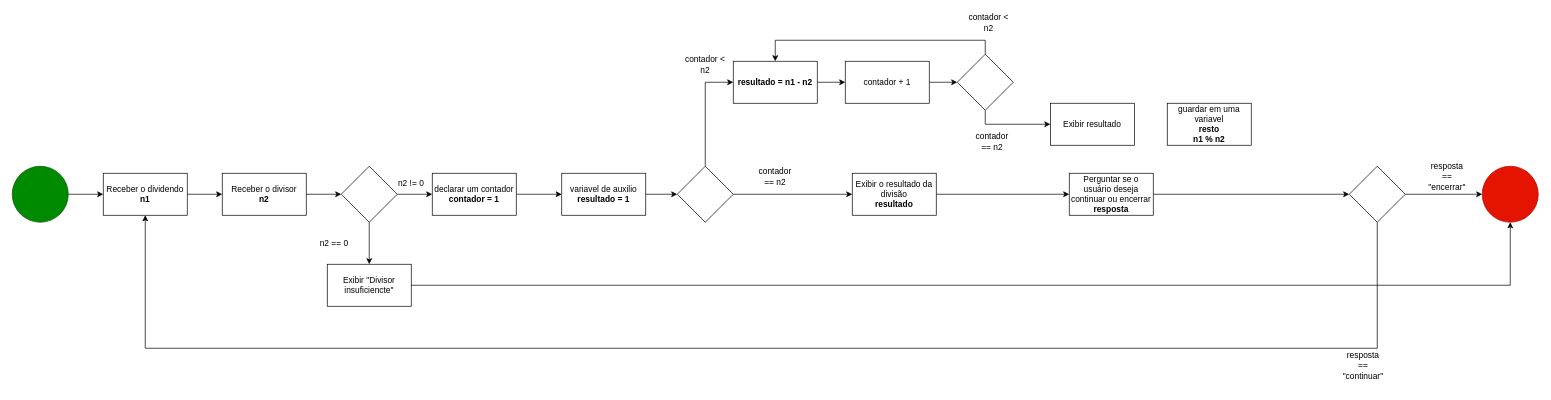
This is page "Page-11" (11 of 11) of algoritmo/Untitled Diagram.drawio from davi-chagas/sptech, a draw.io file, before an edit. Source tidied: cells renumbered, new cells numbered last; positions are measured from the earlier drawing's top-left corner, leaving out a move shared by most shapes. Both pictures are drawn from the tidied source at 70%, with x=0, y=0 at pixel (12, 12).
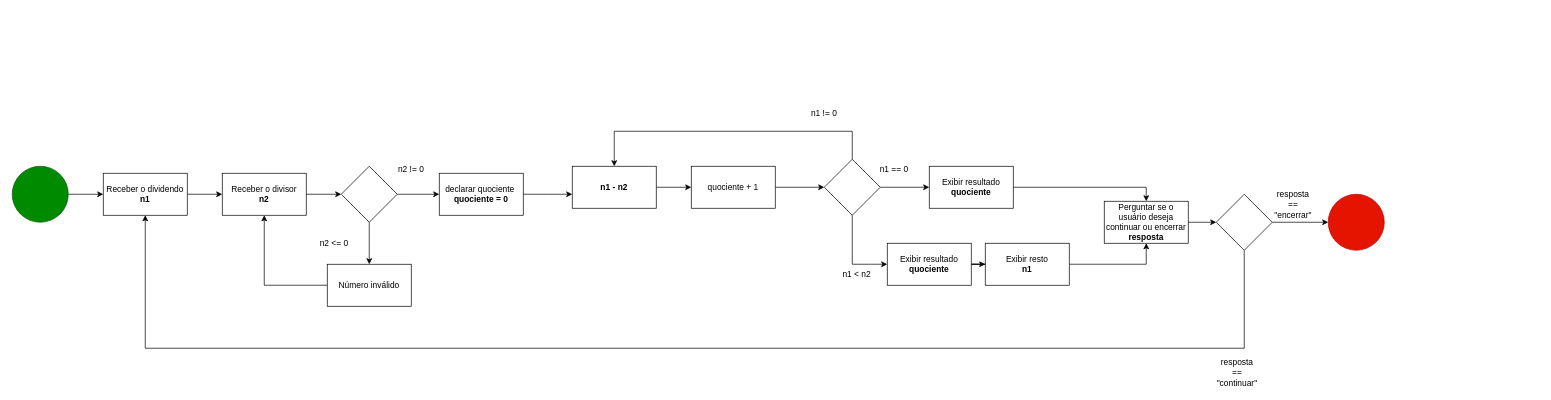
Above is the later version.

The change refers to these unchanged cells:
```xml
<mxCell id="5" value="Receber o dividendo&lt;div&gt;&lt;b&gt;n1&lt;/b&gt;&lt;/div&gt;" style="rounded=0;whiteSpace=wrap;html=1;" parent="1" vertex="1">
  <mxGeometry x="130" y="230" width="120" height="60" as="geometry" />
</mxCell>
<mxCell id="7" value="Receber o divisor&lt;div&gt;&lt;b&gt;n2&lt;/b&gt;&lt;/div&gt;" style="rounded=0;whiteSpace=wrap;html=1;" parent="1" vertex="1">
  <mxGeometry x="300" y="230" width="120" height="60" as="geometry" />
</mxCell>
<mxCell id="31" style="rhombus;whiteSpace=wrap;html=1;shapeInside=1;rounded=0;" parent="1" vertex="1">
  <mxGeometry x="470" y="220" width="80" height="80" as="geometry" />
</mxCell>
```

Change to the diagram source:
```diff
@@
-    <mxCell id="8" style="edgeStyle=orthogonalEdgeStyle;rounded=0;jettySize=auto;html=1;" parent="1" edge="1" source="9" target="28">
-      <mxGeometry relative="1" as="geometry" />
-    </mxCell>
-    <mxCell id="9" value="declarar um contador&lt;div&gt;&lt;b&gt;contador = 1&lt;/b&gt;&lt;/div&gt;" style="rounded=0;whiteSpace=wrap;html=1;" parent="1" vertex="1">
-      <mxGeometry x="600" y="230" width="120" height="60" as="geometry" />
-    </mxCell>
-    <mxCell id="10" style="edgeStyle=orthogonalEdgeStyle;rounded=0;jettySize=auto;html=1;entryX=0;entryY=0.5;entryDx=0;entryDy=0;" parent="1" edge="1" source="12" target="17">
-      <mxGeometry relative="1" as="geometry" />
-    </mxCell>
-    <mxCell id="11" style="edgeStyle=orthogonalEdgeStyle;rounded=0;jettySize=auto;html=1;entryX=0;entryY=0.5;entryDx=0;entryDy=0;" parent="1" edge="1" source="12" target="37">
-      <mxGeometry relative="1" as="geometry" />
-    </mxCell>
-    <mxCell id="12" style="rhombus;whiteSpace=wrap;html=1;shapeInside=1;" parent="1" vertex="1">
-      <mxGeometry x="950" y="220" width="80" height="80" as="geometry" />
-    </mxCell>
-    <mxCell id="13" style="edgeStyle=orthogonalEdgeStyle;rounded=0;jettySize=auto;html=1;" parent="1" edge="1" source="14" target="40">
+    <mxCell id="13" style="edgeStyle=orthogonalEdgeStyle;rounded=0;jettySize=auto;html=1;entryX=0;entryY=0.5;entryDx=0;entryDy=0;" parent="1" edge="1" source="14" target="40">
       <mxGeometry relative="1" as="geometry" />
     </mxCell>
-    <mxCell id="14" value="contador + 1" style="whiteSpace=wrap;html=1;" parent="1" vertex="1">
-      <mxGeometry x="1190" y="70" width="120" height="60" as="geometry" />
+    <mxCell id="14" value="quociente + 1" style="whiteSpace=wrap;html=1;" parent="1" vertex="1">
+      <mxGeometry x="970" y="220" width="120" height="60" as="geometry" />
     </mxCell>
-    <mxCell id="15" value="contador &amp;lt; n2" style="text;html=1;whiteSpace=wrap;strokeColor=none;fillColor=none;align=center;verticalAlign=middle;rounded=0;" parent="1" vertex="1">
-      <mxGeometry x="960" y="60" width="60" height="30" as="geometry" />
-    </mxCell>
-    <mxCell id="16" style="edgeStyle=orthogonalEdgeStyle;rounded=0;jettySize=auto;html=1;entryX=0;entryY=0.5;entryDx=0;entryDy=0;" parent="1" edge="1" source="17" target="23">
-      <mxGeometry relative="1" as="geometry" />
-    </mxCell>
-    <mxCell id="17" value="Exibir o resultado da divisão&lt;div&gt;&lt;b&gt;resultado&lt;/b&gt;&lt;/div&gt;" style="whiteSpace=wrap;html=1;" parent="1" vertex="1">
-      <mxGeometry x="1200" y="230" width="120" height="60" as="geometry" />
-    </mxCell>
@@
     <mxCell id="19" style="edgeStyle=orthogonalEdgeStyle;rounded=0;jettySize=auto;html=1;exitX=0.5;exitY=1;exitDx=0;exitDy=0;entryX=0.5;entryY=1;entryDx=0;entryDy=0;" parent="1" edge="1" source="20" target="5">
       <mxGeometry relative="1" as="geometry">
         <Array as="points">
-          <mxPoint x="1950" y="480" />
+          <mxPoint x="1760" y="480" />
           <mxPoint x="190" y="480" />
         </Array>
       </mxGeometry>
     </mxCell>
     <mxCell id="20" style="rhombus;whiteSpace=wrap;html=1;shapeInside=1;" parent="1" vertex="1">
-      <mxGeometry x="1910" y="220" width="80" height="80" as="geometry" />
+      <mxGeometry x="1720" y="260" width="80" height="80" as="geometry" />
     </mxCell>
     <mxCell id="21" style="ellipse;whiteSpace=wrap;html=1;shapeInside=1;fillColor=#e51400;fontColor=#ffffff;strokeColor=#B20000;" parent="1" vertex="1">
-      <mxGeometry x="2100" y="220" width="80" height="80" as="geometry" />
+      <mxGeometry x="1880" y="260" width="80" height="80" as="geometry" />
     </mxCell>
@@
     <mxCell id="23" value="Perguntar se o usuário deseja continuar ou encerrar&lt;div&gt;&lt;b&gt;resposta&lt;/b&gt;&lt;/div&gt;" style="whiteSpace=wrap;html=1;" parent="1" vertex="1">
-      <mxGeometry x="1510" y="230" width="120" height="60" as="geometry" />
+      <mxGeometry x="1560" y="270" width="120" height="60" as="geometry" />
     </mxCell>
     <mxCell id="24" value="resposta == &quot;encerrar&quot;" style="text;html=1;whiteSpace=wrap;strokeColor=none;fillColor=none;align=center;verticalAlign=middle;rounded=0;" parent="1" vertex="1">
-      <mxGeometry x="2020" y="220" width="60" height="30" as="geometry" />
+      <mxGeometry x="1800" y="260" width="60" height="30" as="geometry" />
     </mxCell>
     <mxCell id="25" value="resposta == &quot;continuar&quot;" style="text;html=1;whiteSpace=wrap;strokeColor=none;fillColor=none;align=center;verticalAlign=middle;rounded=0;" parent="1" vertex="1">
-      <mxGeometry x="1900" y="490" width="60" height="30" as="geometry" />
+      <mxGeometry x="1720" y="500" width="60" height="30" as="geometry" />
     </mxCell>
-    <mxCell id="26" value="contador == n2" style="text;html=1;whiteSpace=wrap;strokeColor=none;fillColor=none;align=center;verticalAlign=middle;rounded=0;" parent="1" vertex="1">
-      <mxGeometry x="1060" y="220" width="60" height="30" as="geometry" />
-    </mxCell>
-    <mxCell id="27" style="edgeStyle=orthogonalEdgeStyle;rounded=0;jettySize=auto;html=1;entryX=0;entryY=0.5;entryDx=0;entryDy=0;" parent="1" edge="1" source="28" target="12">
-      <mxGeometry relative="1" as="geometry" />
-    </mxCell>
+    <mxCell id="45" style="edgeStyle=orthogonalEdgeStyle;rounded=0;jettySize=auto;html=1;entryX=0;entryY=0.5;entryDx=0;entryDy=0;" parent="1" edge="1" source="28">
+      <mxGeometry relative="1" as="geometry">
+        <mxPoint x="800" y="260" as="targetPoint" />
+      </mxGeometry>
+    </mxCell>
-    <mxCell id="28" value="variavel de auxilio&lt;div&gt;&lt;b&gt;resultado = 1&lt;/b&gt;&lt;/div&gt;" style="rounded=0;whiteSpace=wrap;html=1;" parent="1" vertex="1">
-      <mxGeometry x="785" y="230" width="120" height="60" as="geometry" />
+    <mxCell id="28" value="declarar quociente&amp;nbsp;&lt;div&gt;&lt;b&gt;quociente = 0&lt;/b&gt;&lt;/div&gt;" style="rounded=0;whiteSpace=wrap;html=1;" parent="1" vertex="1">
+      <mxGeometry x="610" y="230" width="120" height="60" as="geometry" />
     </mxCell>
@@
-    <mxCell id="30" style="edgeStyle=orthogonalEdgeStyle;rounded=0;jettySize=auto;html=1;" parent="1" edge="1" source="31" target="9">
-      <mxGeometry relative="1" as="geometry" />
-    </mxCell>
+    <mxCell id="46" style="edgeStyle=orthogonalEdgeStyle;rounded=0;jettySize=auto;html=1;entryX=0;entryY=0.5;entryDx=0;entryDy=0;" parent="1" edge="1" source="31" target="28">
+      <mxGeometry relative="1" as="geometry" />
+    </mxCell>
@@
-    <mxCell id="32" style="edgeStyle=orthogonalEdgeStyle;rounded=0;jettySize=auto;html=1;entryX=0.5;entryY=1;entryDx=0;entryDy=0;" parent="1" edge="1" source="33" target="21">
-      <mxGeometry relative="1" as="geometry" />
-    </mxCell>
+    <mxCell id="47" style="edgeStyle=orthogonalEdgeStyle;rounded=0;jettySize=auto;html=1;entryX=0.5;entryY=1;entryDx=0;entryDy=0;" parent="1" edge="1" source="33" target="7">
+      <mxGeometry relative="1" as="geometry" />
+    </mxCell>
-    <mxCell id="33" value="Exibir &quot;Divisor insuficiencte&quot;" style="whiteSpace=wrap;html=1;rounded=0;" parent="1" vertex="1">
+    <mxCell id="33" value="Número inválido" style="whiteSpace=wrap;html=1;rounded=0;" parent="1" vertex="1">
       <mxGeometry x="450" y="360" width="120" height="60" as="geometry" />
     </mxCell>
-    <mxCell id="34" value="n2 == 0" style="text;html=1;whiteSpace=wrap;strokeColor=none;fillColor=none;align=center;verticalAlign=middle;rounded=0;" parent="1" vertex="1">
+    <mxCell id="34" value="n2 &amp;lt;= 0" style="text;html=1;whiteSpace=wrap;strokeColor=none;fillColor=none;align=center;verticalAlign=middle;rounded=0;" parent="1" vertex="1">
       <mxGeometry x="430" y="315" width="60" height="30" as="geometry" />
     </mxCell>
     <mxCell id="35" value="n2 != 0" style="text;html=1;whiteSpace=wrap;strokeColor=none;fillColor=none;align=center;verticalAlign=middle;rounded=0;" parent="1" vertex="1">
-      <mxGeometry x="540" y="230" width="60" height="30" as="geometry" />
+      <mxGeometry x="540" y="210" width="60" height="30" as="geometry" />
     </mxCell>
@@
-    <mxCell id="37" value="&lt;b&gt;resultado = n1 - n2&lt;/b&gt;" style="whiteSpace=wrap;html=1;" parent="1" vertex="1">
-      <mxGeometry x="1030" y="70" width="120" height="60" as="geometry" />
+    <mxCell id="37" value="&lt;b&gt;n1 - n2&lt;/b&gt;" style="whiteSpace=wrap;html=1;" parent="1" vertex="1">
+      <mxGeometry x="800" y="220" width="120" height="60" as="geometry" />
     </mxCell>
+    <mxCell id="39" style="edgeStyle=orthogonalEdgeStyle;rounded=0;jettySize=auto;html=1;entryX=0;entryY=0.5;entryDx=0;entryDy=0;" parent="1" edge="1" source="40" target="41">
+      <mxGeometry relative="1" as="geometry" />
+    </mxCell>
     <mxCell id="38" style="edgeStyle=orthogonalEdgeStyle;rounded=0;jettySize=auto;html=1;entryX=0.5;entryY=0;entryDx=0;entryDy=0;" parent="1" edge="1" source="40" target="37">
       <mxGeometry relative="1" as="geometry">
         <Array as="points">
-          <mxPoint x="1390" y="40" />
-          <mxPoint x="1090" y="40" />
+          <mxPoint x="1200" y="170" />
+          <mxPoint x="860" y="170" />
         </Array>
       </mxGeometry>
     </mxCell>
-    <mxCell id="39" style="edgeStyle=orthogonalEdgeStyle;rounded=0;jettySize=auto;html=1;entryX=0;entryY=0.5;entryDx=0;entryDy=0;" parent="1" edge="1" source="40" target="41">
-      <mxGeometry relative="1" as="geometry">
-        <Array as="points">
-          <mxPoint x="1390" y="160" />
-        </Array>
-      </mxGeometry>
-    </mxCell>
+    <mxCell id="48" style="edgeStyle=orthogonalEdgeStyle;rounded=0;jettySize=auto;html=1;entryX=0;entryY=0.5;entryDx=0;entryDy=0;" parent="1" edge="1" source="40" target="53">
+      <mxGeometry relative="1" as="geometry">
+        <Array as="points">
+          <mxPoint x="1200" y="360" />
+        </Array>
+      </mxGeometry>
+    </mxCell>
     <mxCell id="40" style="rhombus;whiteSpace=wrap;html=1;shapeInside=1;" parent="1" vertex="1">
-      <mxGeometry x="1350" y="60" width="80" height="80" as="geometry" />
+      <mxGeometry x="1160" y="210" width="80" height="80" as="geometry" />
     </mxCell>
+    <mxCell id="49" style="edgeStyle=orthogonalEdgeStyle;rounded=0;jettySize=auto;html=1;entryX=0.5;entryY=0;entryDx=0;entryDy=0;" parent="1" edge="1" source="41" target="23">
+      <mxGeometry relative="1" as="geometry" />
+    </mxCell>
-    <mxCell id="41" value="Exibir resultado" style="whiteSpace=wrap;html=1;" parent="1" vertex="1">
-      <mxGeometry x="1483" y="130" width="120" height="60" as="geometry" />
+    <mxCell id="41" value="Exibir resultado&lt;div&gt;&lt;b&gt;quociente&lt;/b&gt;&lt;/div&gt;" style="whiteSpace=wrap;html=1;" parent="1" vertex="1">
+      <mxGeometry x="1310" y="220" width="120" height="60" as="geometry" />
     </mxCell>
-    <mxCell id="42" value="contador &amp;lt; n2" style="text;html=1;whiteSpace=wrap;strokeColor=none;fillColor=none;align=center;verticalAlign=middle;rounded=0;" parent="1" vertex="1">
-      <mxGeometry x="1365" width="60" height="30" as="geometry" />
+    <mxCell id="42" value="n1 != 0" style="text;html=1;whiteSpace=wrap;strokeColor=none;fillColor=none;align=center;verticalAlign=middle;rounded=0;" parent="1" vertex="1">
+      <mxGeometry x="1130" y="130" width="60" height="30" as="geometry" />
     </mxCell>
-    <mxCell id="43" value="contador == n2" style="text;html=1;whiteSpace=wrap;strokeColor=none;fillColor=none;align=center;verticalAlign=middle;rounded=0;" parent="1" vertex="1">
-      <mxGeometry x="1370" y="170" width="60" height="30" as="geometry" />
+    <mxCell id="43" value="n1 &amp;lt; n2&amp;nbsp;&amp;nbsp;" style="text;html=1;whiteSpace=wrap;strokeColor=none;fillColor=none;align=center;verticalAlign=middle;rounded=0;" parent="1" vertex="1">
+      <mxGeometry x="1180" y="360" width="60" height="30" as="geometry" />
     </mxCell>
+    <mxCell id="50" style="edgeStyle=orthogonalEdgeStyle;rounded=0;jettySize=auto;html=1;entryX=0.5;entryY=1;entryDx=0;entryDy=0;" parent="1" edge="1" source="44" target="23">
+      <mxGeometry relative="1" as="geometry" />
+    </mxCell>
-    <mxCell id="44" value="guardar em uma variavel&lt;div&gt;&lt;b&gt;resto&lt;/b&gt;&lt;/div&gt;&lt;div&gt;&lt;b&gt;n1 % n2&lt;/b&gt;&lt;/div&gt;" style="whiteSpace=wrap;html=1;" parent="1" vertex="1">
-      <mxGeometry x="1650" y="130" width="120" height="60" as="geometry" />
+    <mxCell id="44" value="Exibir resto&lt;div&gt;&lt;b&gt;n1&lt;/b&gt;&lt;/div&gt;" style="whiteSpace=wrap;html=1;" parent="1" vertex="1">
+      <mxGeometry x="1390" y="330" width="120" height="60" as="geometry" />
     </mxCell>
+    <mxCell id="51" value="n1 == 0" style="text;html=1;whiteSpace=wrap;strokeColor=none;fillColor=none;align=center;verticalAlign=middle;rounded=0;" parent="1" vertex="1">
+      <mxGeometry x="1230" y="210" width="60" height="30" as="geometry" />
+    </mxCell>
+    <mxCell id="52" style="edgeStyle=orthogonalEdgeStyle;rounded=0;jettySize=auto;html=1;" parent="1" edge="1" source="53" target="44">
+      <mxGeometry relative="1" as="geometry" />
+    </mxCell>
+    <mxCell id="53" value="Exibir resultado&lt;div&gt;&lt;b&gt;quociente&lt;/b&gt;&lt;/div&gt;" style="whiteSpace=wrap;html=1;" parent="1" vertex="1">
+      <mxGeometry x="1250" y="330" width="120" height="60" as="geometry" />
+    </mxCell>
```
